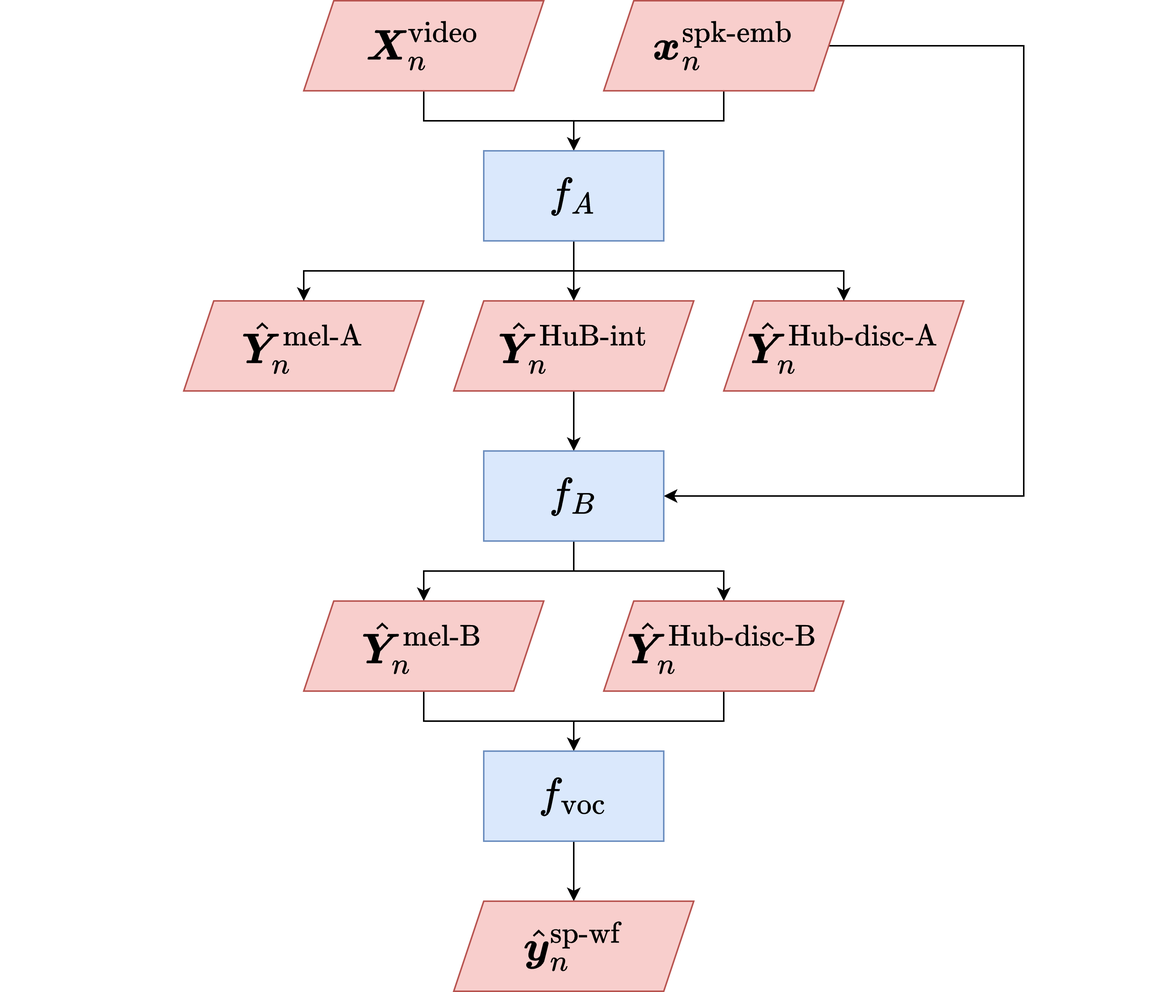
Above: figure/sec4/model_2/overview.drawio.png in kyushusouth/master_thesis (draw.io), before the change. Source tidied: cells renumbered, new cells last; positions are measured from the earlier drawing's top-left corner, leaving out a move shared by most shapes. Source of this version:
```xml
<mxGraphModel math="1">
  <root>
    <mxCell id="0" />
    <mxCell id="1" parent="0" />
    <mxCell id="2" style="edgeStyle=orthogonalEdgeStyle;rounded=0;jettySize=auto;html=1;exitX=0.5;exitY=1;exitDx=0;exitDy=0;entryX=0.5;entryY=0;entryDx=0;entryDy=0;" parent="1" edge="1" source="3" target="14">
      <mxGeometry relative="1" as="geometry" />
    </mxCell>
    <mxCell id="3" value="$$\boldsymbol{X}_{n}^{\text{video}}$$" style="shape=parallelogram;perimeter=parallelogramPerimeter;whiteSpace=wrap;html=1;fixedSize=1;fontSize=24;fillColor=#f8cecc;strokeColor=#b85450;" parent="1" vertex="1">
      <mxGeometry x="80" width="160" height="60" as="geometry" />
    </mxCell>
    <mxCell id="4" style="edgeStyle=orthogonalEdgeStyle;rounded=0;jettySize=auto;html=1;exitX=0.5;exitY=1;exitDx=0;exitDy=0;entryX=0.5;entryY=0;entryDx=0;entryDy=0;" parent="1" edge="1" source="6" target="14">
      <mxGeometry relative="1" as="geometry" />
    </mxCell>
    <mxCell id="5" style="edgeStyle=orthogonalEdgeStyle;rounded=0;jettySize=auto;html=1;exitX=1;exitY=0.5;exitDx=0;exitDy=0;entryX=1;entryY=0.5;entryDx=0;entryDy=0;" parent="1" edge="1" source="6" target="17">
      <mxGeometry relative="1" as="geometry">
        <Array as="points">
          <mxPoint x="560" y="30" />
          <mxPoint x="560" y="330" />
        </Array>
      </mxGeometry>
    </mxCell>
    <mxCell id="6" value="$$\boldsymbol{x}_{n}^{\text{spk-emb}}$$" style="shape=parallelogram;perimeter=parallelogramPerimeter;whiteSpace=wrap;html=1;fixedSize=1;fontSize=24;fillColor=#f8cecc;strokeColor=#b85450;" parent="1" vertex="1">
      <mxGeometry x="280" width="160" height="60" as="geometry" />
    </mxCell>
    <mxCell id="7" style="edgeStyle=orthogonalEdgeStyle;rounded=0;jettySize=auto;html=1;exitX=0.5;exitY=1;exitDx=0;exitDy=0;entryX=0.5;entryY=0;entryDx=0;entryDy=0;" parent="1" edge="1" source="8" target="17">
      <mxGeometry relative="1" as="geometry" />
    </mxCell>
    <mxCell id="8" value="$$\hat{\boldsymbol{Y}}_{n}^{\text{HuB-int}}$$" style="shape=parallelogram;perimeter=parallelogramPerimeter;whiteSpace=wrap;html=1;fixedSize=1;fontSize=24;fillColor=#f8cecc;strokeColor=#b85450;" parent="1" vertex="1">
      <mxGeometry x="180" y="200" width="160" height="60" as="geometry" />
    </mxCell>
    <mxCell id="9" value="$$\hat{\boldsymbol{Y}}_{n}^{\text{mel-A}}$$" style="shape=parallelogram;perimeter=parallelogramPerimeter;whiteSpace=wrap;html=1;fixedSize=1;fontSize=24;fillColor=#f8cecc;strokeColor=#b85450;" parent="1" vertex="1">
      <mxGeometry y="200" width="160" height="60" as="geometry" />
    </mxCell>
    <mxCell id="10" value="$$\hat{\boldsymbol{Y}}_{n}^{\text{Hub-disc-A}}$$" style="shape=parallelogram;perimeter=parallelogramPerimeter;whiteSpace=wrap;html=1;fixedSize=1;fontSize=24;fillColor=#f8cecc;strokeColor=#b85450;" parent="1" vertex="1">
      <mxGeometry x="360" y="200" width="160" height="60" as="geometry" />
    </mxCell>
    <mxCell id="11" style="edgeStyle=orthogonalEdgeStyle;rounded=0;jettySize=auto;html=1;exitX=0.5;exitY=1;exitDx=0;exitDy=0;entryX=0.5;entryY=0;entryDx=0;entryDy=0;" parent="1" edge="1" source="14" target="9">
      <mxGeometry relative="1" as="geometry" />
    </mxCell>
    <mxCell id="12" style="edgeStyle=orthogonalEdgeStyle;rounded=0;jettySize=auto;html=1;exitX=0.5;exitY=1;exitDx=0;exitDy=0;entryX=0.5;entryY=0;entryDx=0;entryDy=0;" parent="1" edge="1" source="14" target="8">
      <mxGeometry relative="1" as="geometry" />
    </mxCell>
    <mxCell id="13" style="edgeStyle=orthogonalEdgeStyle;rounded=0;jettySize=auto;html=1;exitX=0.5;exitY=1;exitDx=0;exitDy=0;entryX=0.5;entryY=0;entryDx=0;entryDy=0;" parent="1" edge="1" source="14" target="10">
      <mxGeometry relative="1" as="geometry" />
    </mxCell>
    <mxCell id="14" value="$$f_{A}$$" style="rounded=0;whiteSpace=wrap;html=1;fontSize=24;fillColor=#dae8fc;strokeColor=#6c8ebf;" parent="1" vertex="1">
      <mxGeometry x="200" y="100" width="120" height="60" as="geometry" />
    </mxCell>
    <mxCell id="15" style="edgeStyle=orthogonalEdgeStyle;rounded=0;jettySize=auto;html=1;exitX=0.5;exitY=1;exitDx=0;exitDy=0;entryX=0.5;entryY=0;entryDx=0;entryDy=0;" parent="1" edge="1" source="17" target="19">
      <mxGeometry relative="1" as="geometry" />
    </mxCell>
    <mxCell id="16" style="edgeStyle=orthogonalEdgeStyle;rounded=0;jettySize=auto;html=1;exitX=0.5;exitY=1;exitDx=0;exitDy=0;entryX=0.5;entryY=0;entryDx=0;entryDy=0;" parent="1" edge="1" source="17" target="21">
      <mxGeometry relative="1" as="geometry" />
    </mxCell>
    <mxCell id="17" value="$$f_{B}$$" style="rounded=0;whiteSpace=wrap;html=1;fontSize=24;fillColor=#dae8fc;strokeColor=#6c8ebf;" parent="1" vertex="1">
      <mxGeometry x="200" y="300" width="120" height="60" as="geometry" />
    </mxCell>
    <mxCell id="18" style="edgeStyle=orthogonalEdgeStyle;rounded=0;jettySize=auto;html=1;exitX=0.5;exitY=1;exitDx=0;exitDy=0;entryX=0.5;entryY=0;entryDx=0;entryDy=0;" parent="1" edge="1" source="19" target="23">
      <mxGeometry relative="1" as="geometry" />
    </mxCell>
    <mxCell id="19" value="$$\hat{\boldsymbol{Y}}_{n}^{\text{mel-B}}$$" style="shape=parallelogram;perimeter=parallelogramPerimeter;whiteSpace=wrap;html=1;fixedSize=1;fontSize=24;fillColor=#f8cecc;strokeColor=#b85450;" parent="1" vertex="1">
      <mxGeometry x="80" y="400" width="160" height="60" as="geometry" />
    </mxCell>
    <mxCell id="20" style="edgeStyle=orthogonalEdgeStyle;rounded=0;jettySize=auto;html=1;exitX=0.5;exitY=1;exitDx=0;exitDy=0;entryX=0.5;entryY=0;entryDx=0;entryDy=0;" parent="1" edge="1" source="21" target="23">
      <mxGeometry relative="1" as="geometry" />
    </mxCell>
    <mxCell id="21" value="$$\hat{\boldsymbol{Y}}_{n}^{\text{Hub-disc-B}}$$" style="shape=parallelogram;perimeter=parallelogramPerimeter;whiteSpace=wrap;html=1;fixedSize=1;fontSize=24;fillColor=#f8cecc;strokeColor=#b85450;" parent="1" vertex="1">
      <mxGeometry x="280" y="400" width="160" height="60" as="geometry" />
    </mxCell>
    <mxCell id="22" style="edgeStyle=orthogonalEdgeStyle;rounded=0;jettySize=auto;html=1;exitX=0.5;exitY=1;exitDx=0;exitDy=0;entryX=0.5;entryY=0;entryDx=0;entryDy=0;" parent="1" edge="1" source="23" target="24">
      <mxGeometry relative="1" as="geometry" />
    </mxCell>
    <mxCell id="23" value="$$f_{\text{voc}}$$" style="rounded=0;whiteSpace=wrap;html=1;fontSize=24;fillColor=#dae8fc;strokeColor=#6c8ebf;" parent="1" vertex="1">
      <mxGeometry x="200" y="500" width="120" height="60" as="geometry" />
    </mxCell>
    <mxCell id="24" value="$$\hat{\boldsymbol{y}}_{n}^{\text{sp-wf}}$$" style="shape=parallelogram;perimeter=parallelogramPerimeter;whiteSpace=wrap;html=1;fixedSize=1;fontSize=24;fillColor=#f8cecc;strokeColor=#b85450;" parent="1" vertex="1">
      <mxGeometry x="180" y="600" width="160" height="60" as="geometry" />
    </mxCell>
  </root>
</mxGraphModel>
```
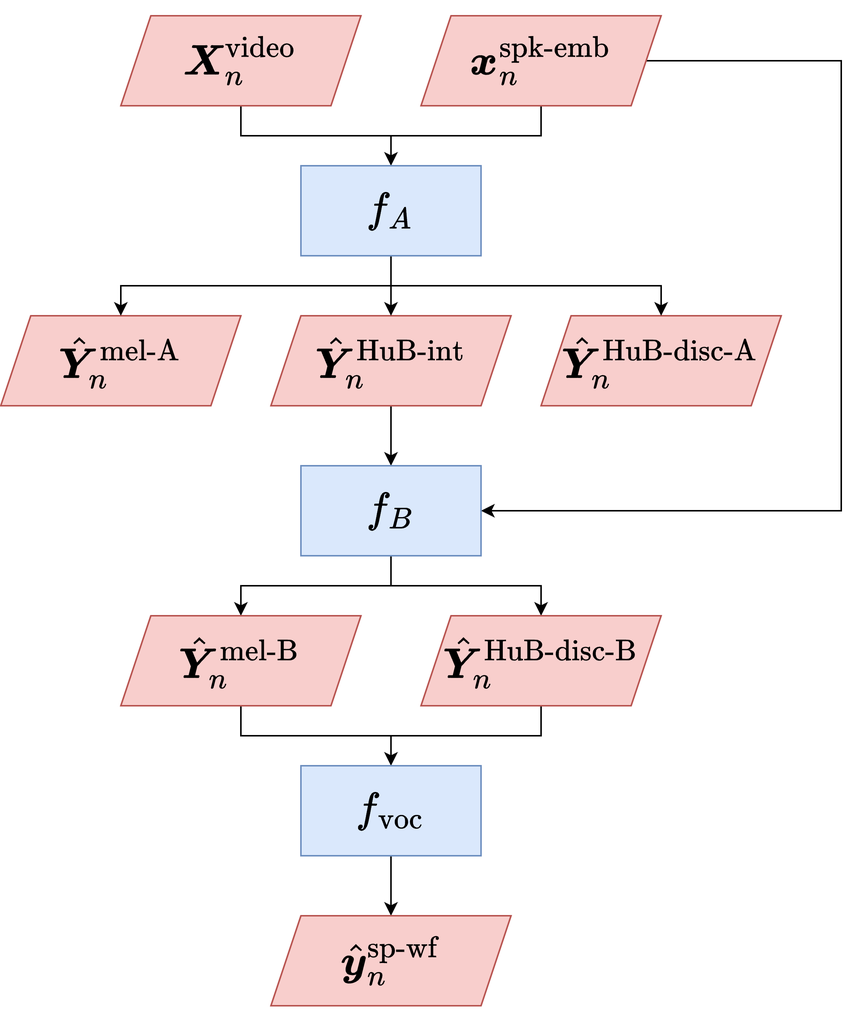
Later version of the same file.

Change to the diagram source:
```diff
@@ -31,7 +31,7 @@
     <mxCell id="9" value="$$\hat{\boldsymbol{Y}}_{n}^{\text{mel-A}}$$" style="shape=parallelogram;perimeter=parallelogramPerimeter;whiteSpace=wrap;html=1;fixedSize=1;fontSize=24;fillColor=#f8cecc;strokeColor=#b85450;" parent="1" vertex="1">
       <mxGeometry y="200" width="160" height="60" as="geometry" />
     </mxCell>
-    <mxCell id="10" value="$$\hat{\boldsymbol{Y}}_{n}^{\text{Hub-disc-A}}$$" style="shape=parallelogram;perimeter=parallelogramPerimeter;whiteSpace=wrap;html=1;fixedSize=1;fontSize=24;fillColor=#f8cecc;strokeColor=#b85450;" parent="1" vertex="1">
+    <mxCell id="10" value="$$\hat{\boldsymbol{Y}}_{n}^{\text{HuB-disc-A}}$$" style="shape=parallelogram;perimeter=parallelogramPerimeter;whiteSpace=wrap;html=1;fixedSize=1;fontSize=24;fillColor=#f8cecc;strokeColor=#b85450;" parent="1" vertex="1">
       <mxGeometry x="360" y="200" width="160" height="60" as="geometry" />
     </mxCell>
     <mxCell id="11" style="edgeStyle=orthogonalEdgeStyle;rounded=0;jettySize=auto;html=1;exitX=0.5;exitY=1;exitDx=0;exitDy=0;entryX=0.5;entryY=0;entryDx=0;entryDy=0;" parent="1" edge="1" source="14" target="9">
@@ -64,7 +64,7 @@
     <mxCell id="20" style="edgeStyle=orthogonalEdgeStyle;rounded=0;jettySize=auto;html=1;exitX=0.5;exitY=1;exitDx=0;exitDy=0;entryX=0.5;entryY=0;entryDx=0;entryDy=0;" parent="1" edge="1" source="21" target="23">
       <mxGeometry relative="1" as="geometry" />
     </mxCell>
-    <mxCell id="21" value="$$\hat{\boldsymbol{Y}}_{n}^{\text{Hub-disc-B}}$$" style="shape=parallelogram;perimeter=parallelogramPerimeter;whiteSpace=wrap;html=1;fixedSize=1;fontSize=24;fillColor=#f8cecc;strokeColor=#b85450;" parent="1" vertex="1">
+    <mxCell id="21" value="$$\hat{\boldsymbol{Y}}_{n}^{\text{HuB-disc-B}}$$" style="shape=parallelogram;perimeter=parallelogramPerimeter;whiteSpace=wrap;html=1;fixedSize=1;fontSize=24;fillColor=#f8cecc;strokeColor=#b85450;" parent="1" vertex="1">
       <mxGeometry x="280" y="400" width="160" height="60" as="geometry" />
     </mxCell>
     <mxCell id="22" style="edgeStyle=orthogonalEdgeStyle;rounded=0;jettySize=auto;html=1;exitX=0.5;exitY=1;exitDx=0;exitDy=0;entryX=0.5;entryY=0;entryDx=0;entryDy=0;" parent="1" edge="1" source="23" target="24">
```
